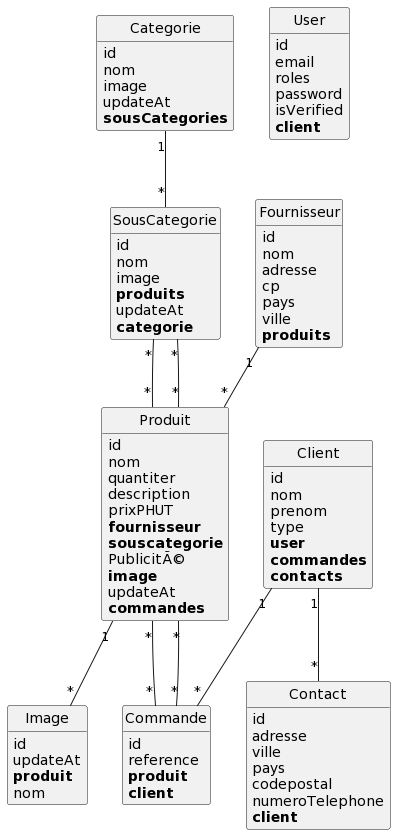
This is ShopMaquette/puml/index.png from Gispsy/ShopMaquette, a PlantUML export, as it was before one commit.
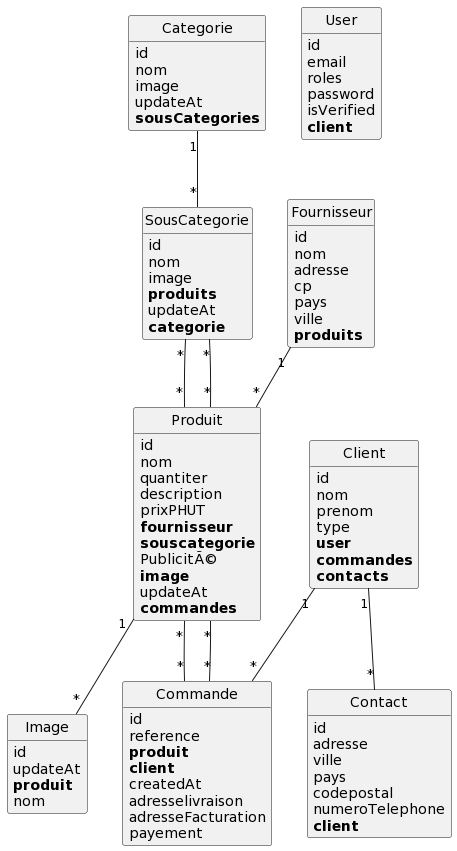
After the change.

The edit, as a diff of the source:
```diff
@@ -22,6 +22,10 @@
 	reference
 	**produit**
 	**client**
+	createdAt
+	adresselivraison
+	adresseFacturation
+	payement
 }
 
 class Contact {
```
